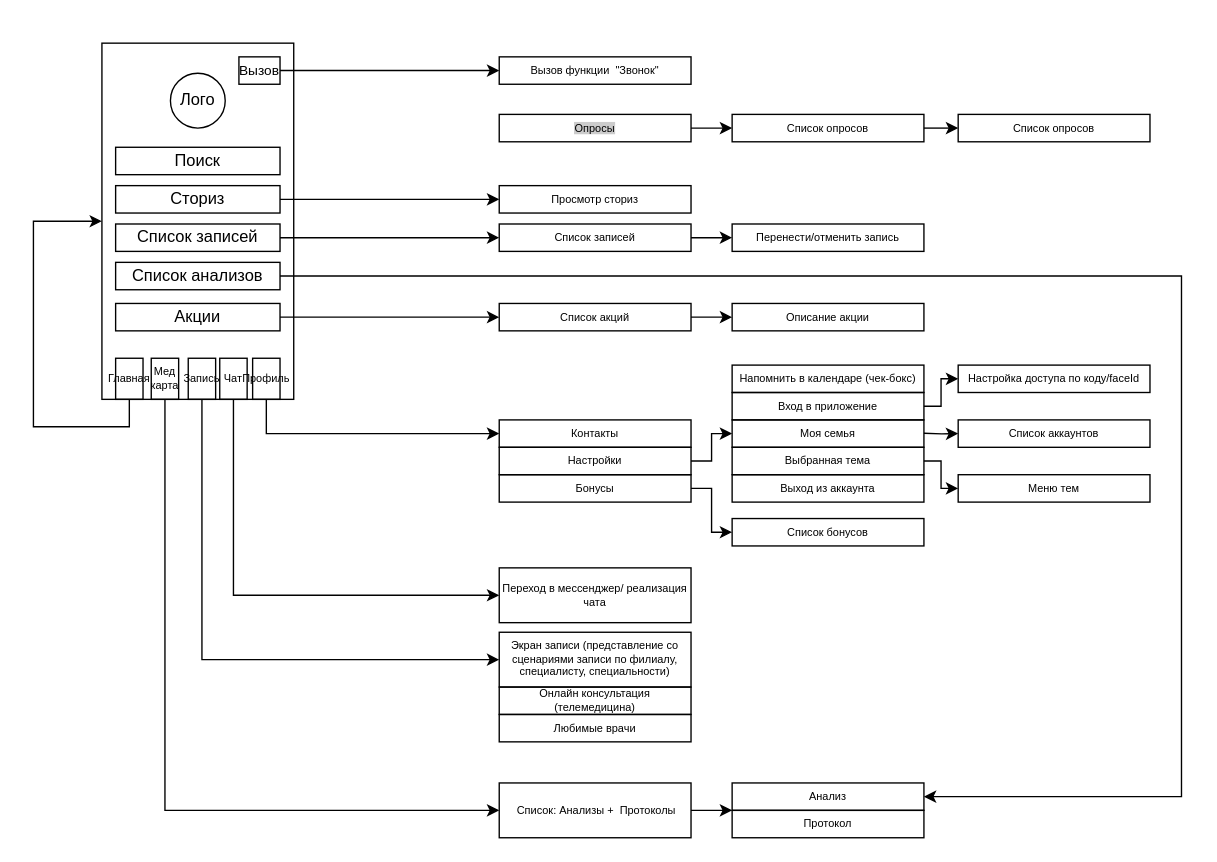
Maxim-lavrushin/First-Repo keeps this draw.io diagram as page "Ver2" (2 of 2) of User flow.drawio. Above is the earlier version. Source tidied: cells renumbered, new cells numbered last; positions are measured from the earlier drawing's top-left corner, leaving out a move shared by most shapes. Both pictures are drawn from the tidied source at 137%, with x=0, y=0 at pixel (33, 42).
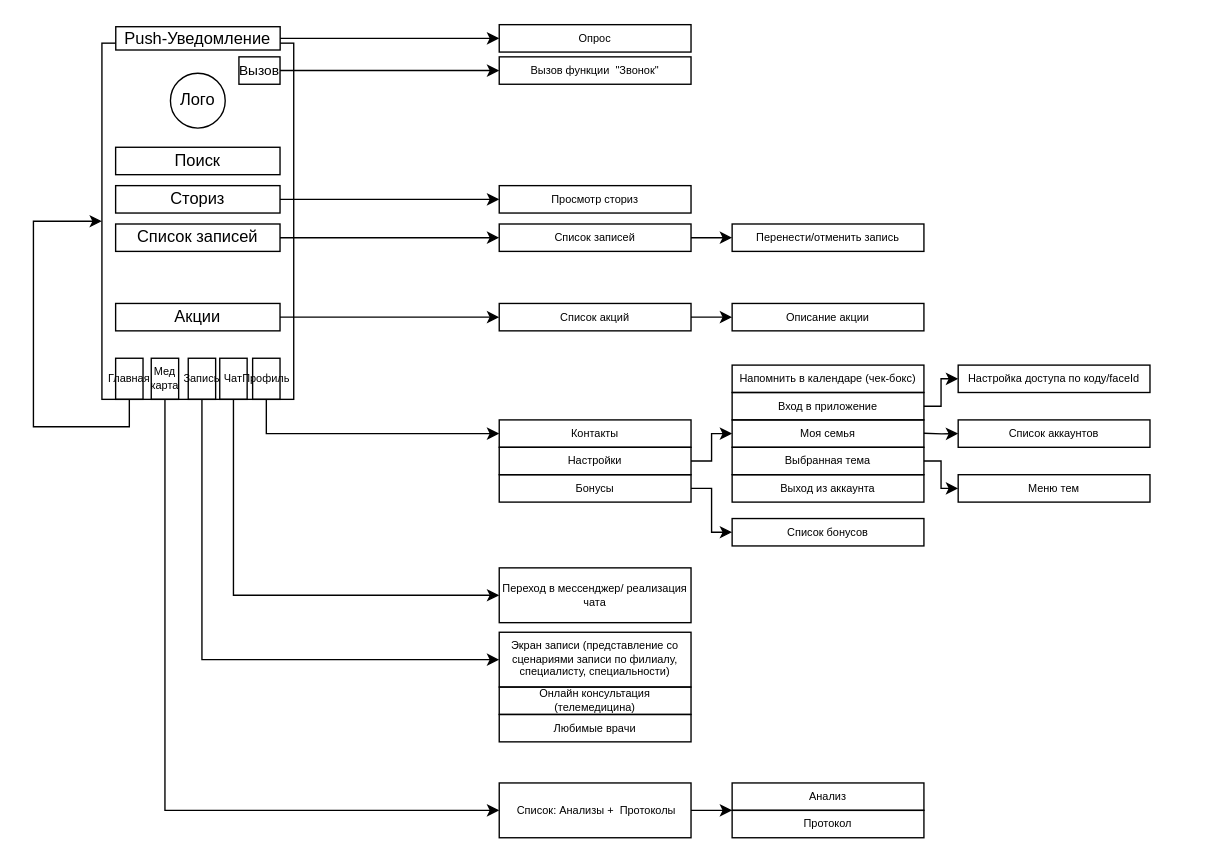
The same page after the edit.

Unchanged cells that the change refers to:
```xml
<mxCell id="34" value="Анализ" style="whiteSpace=wrap;html=1;strokeColor=#000000;fontSize=8;fillColor=none;" parent="1" vertex="1">
  <mxGeometry x="509.9" y="540" width="140" height="20" as="geometry" />
</mxCell>
```

The edit, as a diff of the source:
```diff
@@
-    <mxCell id="7" value="Список анализов" style="rounded=0;whiteSpace=wrap;html=1;fillColor=none;" parent="1" vertex="1">
-      <mxGeometry x="59.9" y="160" width="120" height="20" as="geometry" />
-    </mxCell>
@@
-    <mxCell id="28" style="endArrow=classic;html=1;rounded=0;fontSize=8;edgeStyle=orthogonalEdgeStyle;exitX=1;exitY=0.5;exitDx=0;exitDy=0;entryX=1;entryY=0.5;entryDx=0;entryDy=0;" parent="1" edge="1" source="7" target="34">
-      <mxGeometry relative="1" as="geometry">
-        <Array as="points">
-          <mxPoint x="837.9" y="170" />
-          <mxPoint x="837.9" y="550" />
-        </Array>
-      </mxGeometry>
-    </mxCell>
@@
-    <mxCell id="58" value="Список опросов" style="whiteSpace=wrap;html=1;strokeColor=#000000;fontSize=8;fillColor=none;" parent="1" vertex="1">
-      <mxGeometry x="509.9" y="52" width="140" height="20" as="geometry" />
-    </mxCell>
-    <mxCell id="59" value="Опросы" style="whiteSpace=wrap;html=1;strokeColor=#000000;fontSize=8;fillColor=none;labelBackgroundColor=#CCCCCC;" parent="1" vertex="1">
-      <mxGeometry x="339.9" y="52" width="140" height="20" as="geometry" />
+    <mxCell id="59" value="Опрос" style="whiteSpace=wrap;html=1;strokeColor=#000000;fontSize=8;fillColor=none;labelBackgroundColor=none;" parent="1" vertex="1">
+      <mxGeometry x="339.9" y="-13.5" width="140" height="20" as="geometry" />
     </mxCell>
-    <mxCell id="60" style="endArrow=classic;html=1;rounded=0;fontSize=8;edgeStyle=orthogonalEdgeStyle;exitX=1;exitY=0.5;exitDx=0;exitDy=0;" parent="1" edge="1" source="59" target="58">
-      <mxGeometry relative="1" as="geometry" />
-    </mxCell>
-    <mxCell id="61" value="Список опросов" style="whiteSpace=wrap;html=1;strokeColor=#000000;fontSize=8;fillColor=none;" parent="1" vertex="1">
-      <mxGeometry x="674.9" y="52" width="140" height="20" as="geometry" />
-    </mxCell>
-    <mxCell id="62" style="endArrow=classic;html=1;rounded=0;fontSize=8;edgeStyle=orthogonalEdgeStyle;exitX=1;exitY=0.5;exitDx=0;exitDy=0;entryX=0;entryY=0.5;entryDx=0;entryDy=0;" parent="1" edge="1" source="58" target="61">
-      <mxGeometry relative="1" as="geometry" />
-    </mxCell>
+    <mxCell id="63" value="Push-Уведомление" style="rounded=0;whiteSpace=wrap;html=1;labelBackgroundColor=none;" parent="1" vertex="1">
+      <mxGeometry x="60" y="-12" width="120" height="17" as="geometry" />
+    </mxCell>
+    <mxCell id="64" style="endArrow=classic;html=1;rounded=0;fontSize=8;edgeStyle=orthogonalEdgeStyle;entryX=0;entryY=0.5;entryDx=0;entryDy=0;" parent="1" edge="1" source="63" target="59">
+      <mxGeometry relative="1" as="geometry" />
+    </mxCell>
```
